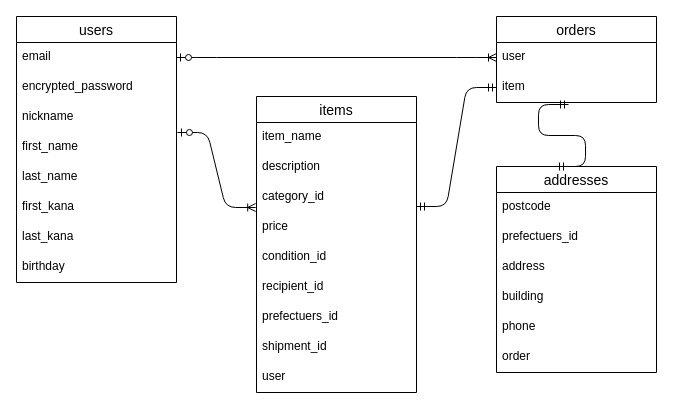
This is ER.dio from datiko1115/baton_app5, a draw.io file, before an edit. Source tidied: cells renumbered, new cells numbered last; positions are measured from the earlier drawing's top-left corner, leaving out a move shared by most shapes. Both pictures are drawn from the tidied source at 100%, with x=0, y=0 at pixel (16, 16).
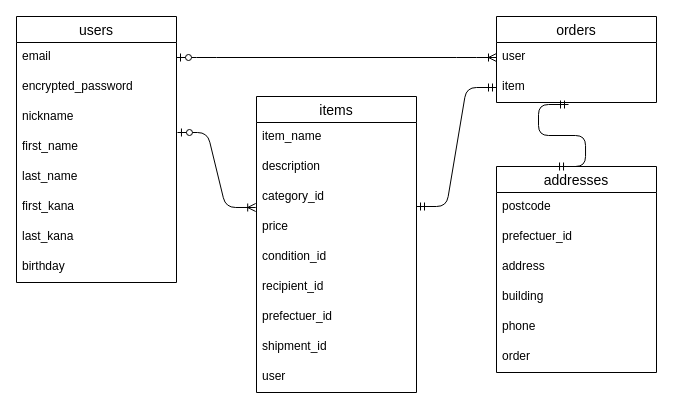
The same page after the edit.

Unchanged cells that the change refers to:
```xml
<mxCell id="11" value="items" style="swimlane;fontStyle=0;horizontal=1;startSize=26;align=center;fontSize=14;rounded=0;" parent="1" vertex="1">
  <mxGeometry x="240" y="80" width="160" height="296" as="geometry" />
</mxCell>
<mxCell id="24" value="addresses" style="swimlane;fontStyle=0;horizontal=1;startSize=26;align=center;fontSize=14;rounded=0;" parent="1" vertex="1">
  <mxGeometry x="480" y="150" width="160" height="206" as="geometry" />
</mxCell>
```

What changed in the source:
```diff
@@
-    <mxCell id="18" value="prefectuers_id" style="text;strokeColor=none;fillColor=none;spacingLeft=4;spacingRight=4;overflow=hidden;fontSize=12;rounded=0;" parent="11" vertex="1">
+    <mxCell id="18" value="prefectuer_id" style="text;strokeColor=none;fillColor=none;spacingLeft=4;spacingRight=4;overflow=hidden;fontSize=12;rounded=0;" parent="11" vertex="1">
       <mxGeometry y="206" width="160" height="30" as="geometry" />
     </mxCell>
@@
-    <mxCell id="26" value="prefectuers_id" style="text;strokeColor=none;fillColor=none;spacingLeft=4;spacingRight=4;overflow=hidden;fontSize=12;rounded=0;" parent="24" vertex="1">
+    <mxCell id="26" value="prefectuer_id" style="text;strokeColor=none;fillColor=none;spacingLeft=4;spacingRight=4;overflow=hidden;fontSize=12;rounded=0;" parent="24" vertex="1">
       <mxGeometry y="56" width="160" height="30" as="geometry" />
     </mxCell>
```
